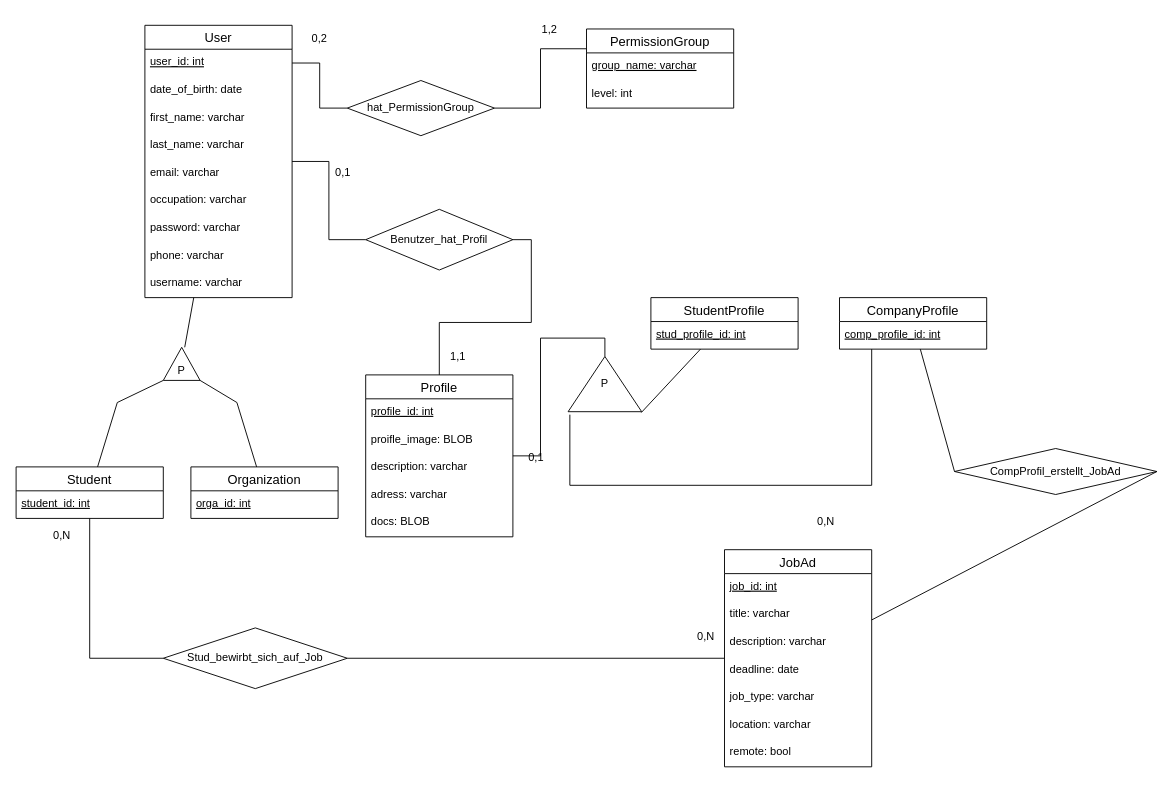
Before: page "Semantisch" (2 of 2) of doc/diagram/ERDiagram.drawio in KlaraGolubovic/SE02, a draw.io diagram. Source tidied: cells renumbered, new cells numbered last; positions are measured from the earlier drawing's top-left corner, leaving out a move shared by most shapes. Both pictures are drawn from the tidied source at 92%, with x=0, y=0 at pixel (16, 16).
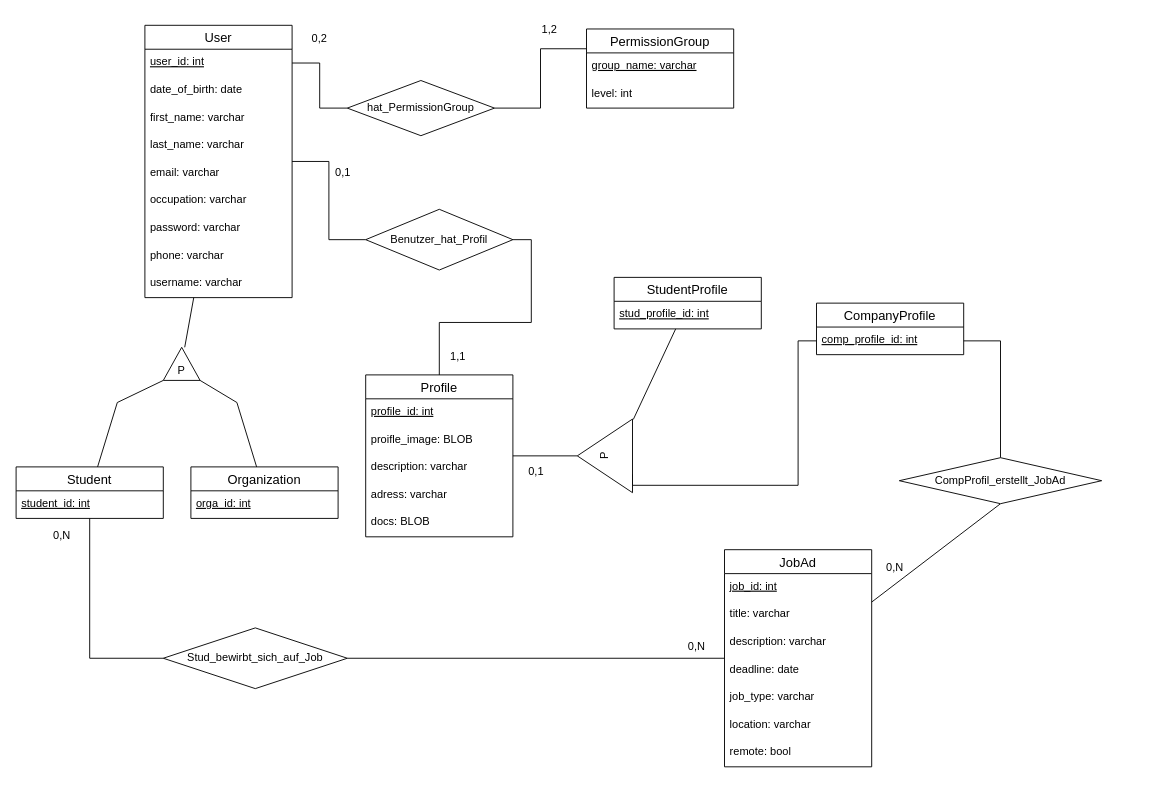
After the change.

Unchanged cells that the change refers to:
```xml
<mxCell id="32" value="JobAd" style="swimlane;fontStyle=0;horizontal=1;startSize=26;align=center;fontSize=14;" parent="1" vertex="1">
  <mxGeometry x="770" y="580" width="160" height="236" as="geometry" />
</mxCell>
<mxCell id="65" value="comp_profile_id: int" style="text;strokeColor=none;fillColor=none;spacingLeft=4;spacingRight=4;overflow=hidden;points=[[0,0.5],[1,0.5]];portConstraint=eastwest;fontSize=12;fontStyle=4;" parent="64" vertex="1">
  <mxGeometry y="26" width="160" height="30" as="geometry" />
</mxCell>
```

The edit, as a diff of the source:
```diff
@@
-    <mxCell id="16" style="rounded=0;jettySize=auto;html=1;entryX=0;entryY=0.5;entryDx=0;entryDy=0;fontSize=12;endArrow=none;endFill=0;" parent="1" edge="1" source="64" target="40">
-      <mxGeometry relative="1" as="geometry" />
+    <mxCell id="16" style="rounded=0;jettySize=auto;html=1;entryX=0.5;entryY=0;entryDx=0;entryDy=0;fontSize=12;endArrow=none;endFill=0;exitX=1;exitY=0.5;exitDx=0;exitDy=0;" parent="1" edge="1" source="65" target="40">
+      <mxGeometry relative="1" as="geometry">
+        <Array as="points">
+          <mxPoint x="1070" y="353" />
+        </Array>
+      </mxGeometry>
     </mxCell>
@@
-    <mxCell id="31" style="rounded=0;jettySize=auto;html=1;entryX=1;entryY=0.5;entryDx=0;entryDy=0;fontSize=12;endArrow=none;endFill=0;" parent="1" edge="1" source="32" target="40">
+    <mxCell id="31" style="rounded=0;jettySize=auto;html=1;entryX=0.5;entryY=1;entryDx=0;entryDy=0;fontSize=12;endArrow=none;endFill=0;" parent="1" edge="1" source="32" target="40">
       <mxGeometry relative="1" as="geometry" />
     </mxCell>
@@
     <mxCell id="40" value="CompProfil_erstellt_JobAd" style="shape=rhombus;perimeter=rhombusPerimeter;whiteSpace=wrap;html=1;align=center;fontSize=12;" parent="1" vertex="1">
-      <mxGeometry x="1020" y="470" width="220" height="50" as="geometry" />
+      <mxGeometry x="960" y="480" width="220" height="50" as="geometry" />
     </mxCell>
@@
     <mxCell id="53" value="0,1" style="text;html=1;align=center;verticalAlign=middle;strokeColor=none;fillColor=none;fontSize=12;" parent="1" vertex="1">
-      <mxGeometry x="550" y="470" width="30" height="20" as="geometry" />
+      <mxGeometry x="550" y="485" width="30" height="20" as="geometry" />
     </mxCell>
@@
     <mxCell id="56" value="0,N" style="text;html=1;align=center;verticalAlign=middle;strokeColor=none;fillColor=none;fontSize=12;" parent="1" vertex="1">
-      <mxGeometry x="865" y="540" width="30" height="20" as="geometry" />
+      <mxGeometry x="940" y="590" width="30" height="20" as="geometry" />
     </mxCell>
@@
     <mxCell id="58" value="0,N" style="text;html=1;strokeColor=none;fillColor=none;align=center;verticalAlign=middle;whiteSpace=wrap;rounded=0;fontSize=12;" parent="1" vertex="1">
-      <mxGeometry x="720" y="660" width="60" height="30" as="geometry" />
+      <mxGeometry x="710" y="670" width="60" height="30" as="geometry" />
     </mxCell>
@@
-    <mxCell id="60" style="edgeStyle=orthogonalEdgeStyle;rounded=0;jettySize=auto;html=1;endArrow=none;endFill=0;exitX=-0.054;exitY=0.024;exitDx=0;exitDy=0;exitPerimeter=0;" parent="1" edge="1" source="61" target="64">
+    <mxCell id="60" style="edgeStyle=orthogonalEdgeStyle;rounded=0;jettySize=auto;html=1;endArrow=none;endFill=0;exitX=0;exitY=0.25;exitDx=0;exitDy=0;entryX=0;entryY=0.5;entryDx=0;entryDy=0;" parent="1" edge="1" source="61" target="65">
       <mxGeometry relative="1" as="geometry">
         <Array as="points">
-          <mxPoint x="602" y="510" />
-          <mxPoint x="930" y="510" />
+          <mxPoint x="670" y="510" />
+          <mxPoint x="850" y="510" />
+          <mxPoint x="850" y="353" />
         </Array>
       </mxGeometry>
     </mxCell>
-    <mxCell id="61" value="P" style="triangle;whiteSpace=wrap;html=1;direction=north;" parent="1" vertex="1">
-      <mxGeometry x="600" y="370" width="80" height="60" as="geometry" />
+    <mxCell id="61" value="P" style="triangle;whiteSpace=wrap;html=1;direction=north;rotation=-90;" parent="1" vertex="1">
+      <mxGeometry x="600" y="448" width="80" height="60" as="geometry" />
     </mxCell>
     <mxCell id="62" value="StudentProfile" style="swimlane;fontStyle=0;horizontal=1;startSize=26;align=center;fontSize=14;" parent="1" vertex="1">
-      <mxGeometry x="690" y="306" width="160" height="56" as="geometry" />
+      <mxGeometry x="650" y="284" width="160" height="56" as="geometry" />
     </mxCell>
@@
     <mxCell id="64" value="CompanyProfile" style="swimlane;fontStyle=0;horizontal=1;startSize=26;align=center;fontSize=14;" parent="1" vertex="1">
-      <mxGeometry x="895" y="306" width="160" height="56" as="geometry" />
+      <mxGeometry x="870" y="312" width="160" height="56" as="geometry" />
     </mxCell>
```
